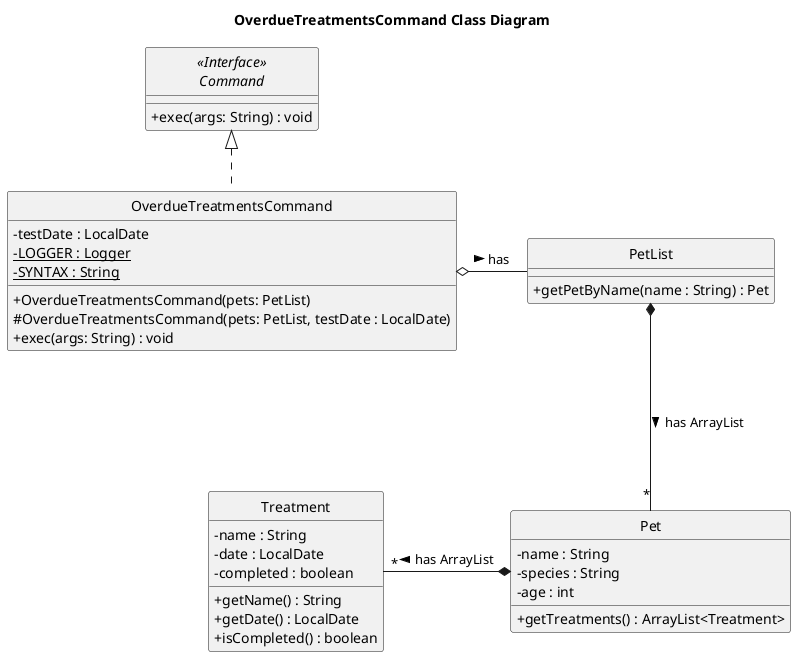
This is docs/diagrams/OverdueTreatmentsCommand_Class_Diagram.png from Kevin88866/tp, a PlantUML export, as it was before one commit.
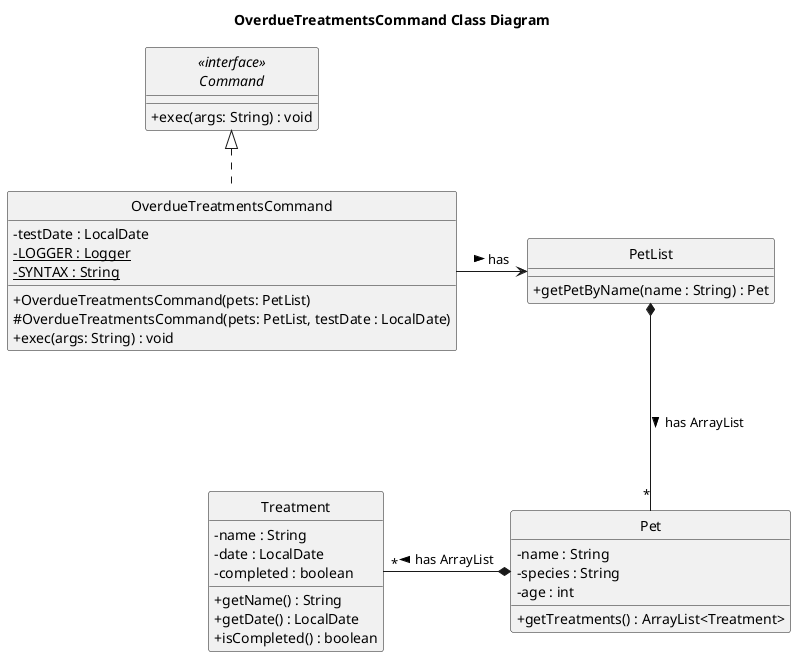
After the commit.

Change to the diagram source:
```diff
@@ -5,7 +5,7 @@
 
 title OverdueTreatmentsCommand Class Diagram
 
-interface "<<Interface>>\nCommand" as Command {
+interface "<<interface>>\nCommand" as Command {
     + exec(args: String) : void
 }
 
@@ -40,7 +40,7 @@
 }
 
 Command <|.. OverdueTreatmentsCommand
-OverdueTreatmentsCommand o-right-- PetList : has >
+OverdueTreatmentsCommand -right--> PetList : has >
 PetList *-down-- "*" Pet : has ArrayList >
 Pet *-left-- "*" Treatment : has ArrayList >
 
```
